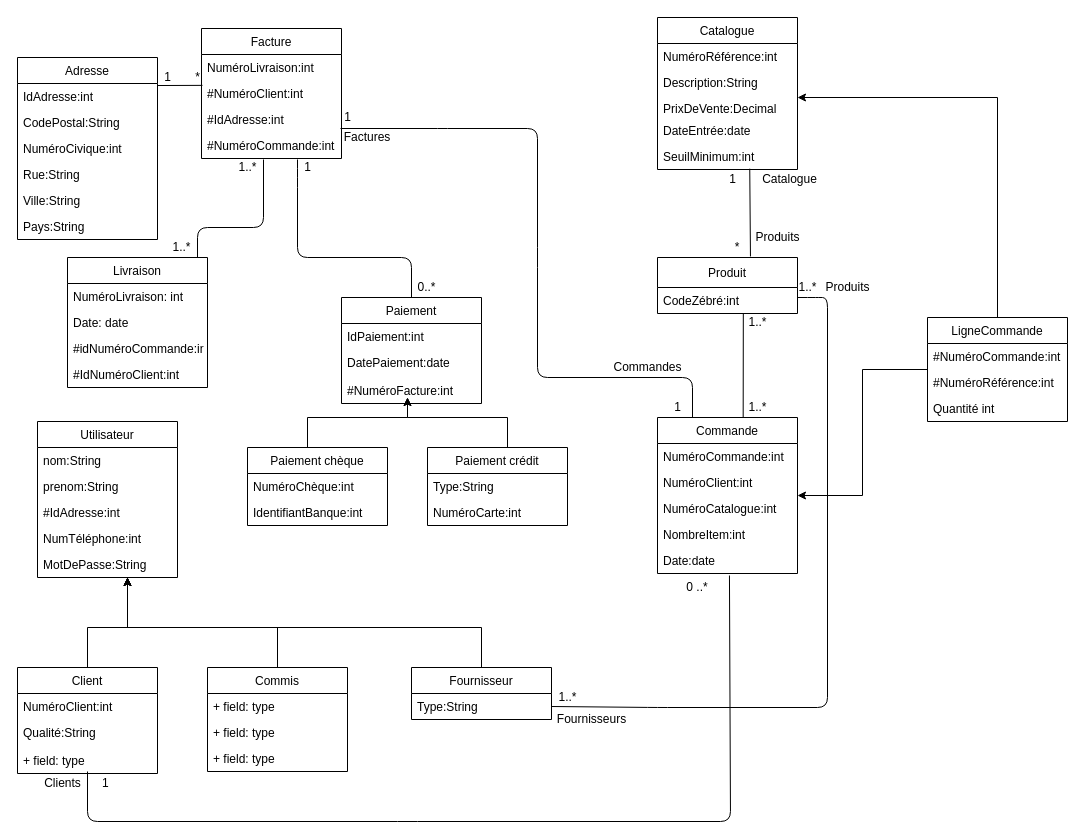
The draw.io diagram Untitled Diagram.drawio in anaisyaici/tpINF3080, before the edit. Source tidied: cells renumbered, new cells numbered last; positions are measured from the earlier drawing's top-left corner, leaving out a move shared by most shapes. Both pictures are drawn from the tidied source at 100%, with x=0, y=0 at pixel (17, 17).
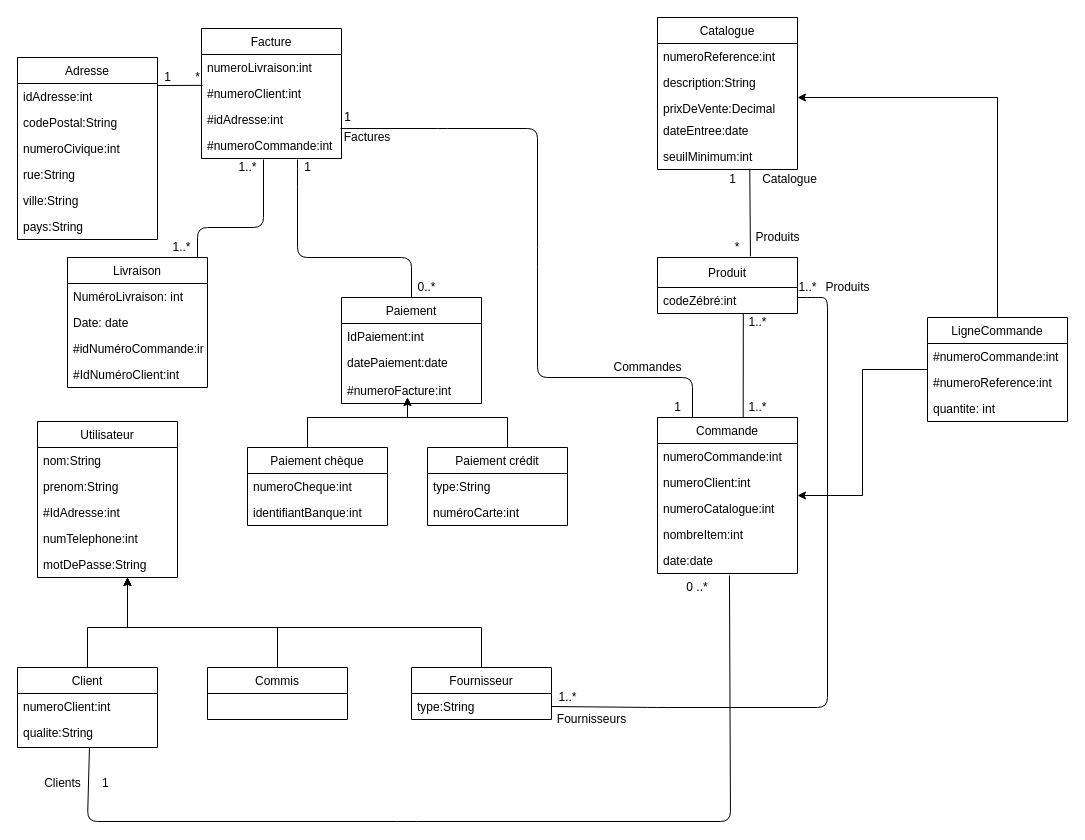
The same page after the edit.

Unchanged cells that the change refers to:
```xml
<mxCell id="9" value="Commande" style="swimlane;fontStyle=0;horizontal=1;startSize=26;fillColor=none;" parent="1" vertex="1">
  <mxGeometry x="640" y="400" width="140" height="156" as="geometry" />
</mxCell>
<mxCell id="15" value="Paiement" style="swimlane;fontStyle=0;horizontal=1;startSize=26;fillColor=none;" parent="1" vertex="1">
  <mxGeometry x="324" y="280" width="140" height="106" as="geometry" />
</mxCell>
<mxCell id="20" value="Paiement crédit" style="swimlane;fontStyle=0;horizontal=1;startSize=26;fillColor=none;" parent="1" vertex="1">
  <mxGeometry x="410" y="430" width="140" height="78" as="geometry" />
</mxCell>
<mxCell id="24" value="Paiement chèque" style="swimlane;fontStyle=0;horizontal=1;startSize=26;fillColor=none;" parent="1" vertex="1">
  <mxGeometry x="230" y="430" width="140" height="78" as="geometry" />
</mxCell>
<mxCell id="27" value="Produit" style="swimlane;fontStyle=0;horizontal=1;startSize=30;fillColor=none;" parent="1" vertex="1">
  <mxGeometry x="640" y="240" width="140" height="56" as="geometry" />
</mxCell>
<mxCell id="34" value="Fournisseur" style="swimlane;fontStyle=0;horizontal=1;startSize=26;fillColor=none;" parent="1" vertex="1">
  <mxGeometry x="394" y="650" width="140" height="52" as="geometry" />
</mxCell>
<mxCell id="41" value="Catalogue" style="swimlane;fontStyle=0;horizontal=1;startSize=26;fillColor=none;" parent="1" vertex="1">
  <mxGeometry x="640" width="140" height="152" as="geometry" />
</mxCell>
<mxCell id="47" value="Utilisateur" style="swimlane;fontStyle=0;horizontal=1;startSize=26;fillColor=none;" parent="1" vertex="1">
  <mxGeometry x="20" y="404" width="140" height="156" as="geometry" />
</mxCell>
<mxCell id="54" value="Facture" style="swimlane;fontStyle=0;horizontal=1;startSize=26;fillColor=none;" parent="1" vertex="1">
  <mxGeometry x="184" y="11" width="140" height="130" as="geometry" />
</mxCell>
<mxCell id="64" value="Adresse" style="swimlane;fontStyle=0;horizontal=1;startSize=26;fillColor=none;" parent="1" vertex="1">
  <mxGeometry y="40" width="140" height="182" as="geometry" />
</mxCell>
<mxCell id="98" value="LigneCommande" style="swimlane;fontStyle=0;horizontal=1;startSize=26;fillColor=none;" parent="1" vertex="1">
  <mxGeometry x="910" y="300" width="140" height="104" as="geometry" />
</mxCell>
```

Change to the diagram source:
```diff
@@
     <mxCell id="3" value="Client" style="swimlane;fontStyle=0;horizontal=1;startSize=26;fillColor=none;" parent="1" vertex="1">
-      <mxGeometry y="650" width="140" height="106" as="geometry" />
+      <mxGeometry y="650" width="140" height="80" as="geometry" />
     </mxCell>
-    <mxCell id="4" value="NuméroClient:int" style="text;strokeColor=none;fillColor=none;align=left;verticalAlign=top;spacingLeft=4;spacingRight=4;overflow=hidden;" parent="3" vertex="1">
+    <mxCell id="4" value="numeroClient:int" style="text;strokeColor=none;fillColor=none;align=left;verticalAlign=top;spacingLeft=4;spacingRight=4;overflow=hidden;" parent="3" vertex="1">
       <mxGeometry y="26" width="140" height="26" as="geometry" />
     </mxCell>
-    <mxCell id="5" value="Qualité:String" style="text;strokeColor=none;fillColor=none;align=left;verticalAlign=top;spacingLeft=4;spacingRight=4;overflow=hidden;points=[[0,0.5],[1,0.5]];portConstraint=eastwest;" parent="3" vertex="1">
+    <mxCell id="5" value="qualite:String" style="text;strokeColor=none;fillColor=none;align=left;verticalAlign=top;spacingLeft=4;spacingRight=4;overflow=hidden;points=[[0,0.5],[1,0.5]];portConstraint=eastwest;" parent="3" vertex="1">
       <mxGeometry y="52" width="140" height="28" as="geometry" />
     </mxCell>
-    <mxCell id="6" value="+ field: type" style="text;strokeColor=none;fillColor=none;align=left;verticalAlign=top;spacingLeft=4;spacingRight=4;overflow=hidden;" parent="3" vertex="1">
-      <mxGeometry y="80" width="140" height="26" as="geometry" />
-    </mxCell>
@@
-    <mxCell id="10" value="NuméroCommande:int" style="text;strokeColor=none;fillColor=none;align=left;verticalAlign=top;spacingLeft=4;spacingRight=4;overflow=hidden;" parent="9" vertex="1">
+    <mxCell id="10" value="numeroCommande:int" style="text;strokeColor=none;fillColor=none;align=left;verticalAlign=top;spacingLeft=4;spacingRight=4;overflow=hidden;" parent="9" vertex="1">
       <mxGeometry y="26" width="140" height="26" as="geometry" />
     </mxCell>
-    <mxCell id="11" value="NuméroClient:int" style="text;strokeColor=none;fillColor=none;align=left;verticalAlign=top;spacingLeft=4;spacingRight=4;overflow=hidden;" parent="9" vertex="1">
+    <mxCell id="11" value="numeroClient:int" style="text;strokeColor=none;fillColor=none;align=left;verticalAlign=top;spacingLeft=4;spacingRight=4;overflow=hidden;" parent="9" vertex="1">
       <mxGeometry y="52" width="140" height="26" as="geometry" />
     </mxCell>
-    <mxCell id="12" value="NuméroCatalogue:int" style="text;strokeColor=none;fillColor=none;align=left;verticalAlign=top;spacingLeft=4;spacingRight=4;overflow=hidden;" parent="9" vertex="1">
+    <mxCell id="12" value="numeroCatalogue:int" style="text;strokeColor=none;fillColor=none;align=left;verticalAlign=top;spacingLeft=4;spacingRight=4;overflow=hidden;" parent="9" vertex="1">
       <mxGeometry y="78" width="140" height="26" as="geometry" />
     </mxCell>
-    <mxCell id="13" value="NombreItem:int" style="text;strokeColor=none;fillColor=none;align=left;verticalAlign=top;spacingLeft=4;spacingRight=4;overflow=hidden;" parent="9" vertex="1">
+    <mxCell id="13" value="nombreItem:int" style="text;strokeColor=none;fillColor=none;align=left;verticalAlign=top;spacingLeft=4;spacingRight=4;overflow=hidden;" parent="9" vertex="1">
       <mxGeometry y="104" width="140" height="26" as="geometry" />
     </mxCell>
-    <mxCell id="14" value="Date:date" style="text;strokeColor=none;fillColor=none;align=left;verticalAlign=top;spacingLeft=4;spacingRight=4;overflow=hidden;points=[[0,0.5],[1,0.5]];portConstraint=eastwest;" parent="9" vertex="1">
+    <mxCell id="14" value="date:date" style="text;strokeColor=none;fillColor=none;align=left;verticalAlign=top;spacingLeft=4;spacingRight=4;overflow=hidden;points=[[0,0.5],[1,0.5]];portConstraint=eastwest;" parent="9" vertex="1">
       <mxGeometry y="130" width="140" height="26" as="geometry" />
     </mxCell>
@@
-    <mxCell id="17" value="DatePaiement:date" style="text;strokeColor=none;fillColor=none;align=left;verticalAlign=top;spacingLeft=4;spacingRight=4;overflow=hidden;" parent="15" vertex="1">
+    <mxCell id="17" value="datePaiement:date" style="text;strokeColor=none;fillColor=none;align=left;verticalAlign=top;spacingLeft=4;spacingRight=4;overflow=hidden;" parent="15" vertex="1">
       <mxGeometry y="52" width="140" height="28" as="geometry" />
     </mxCell>
-    <mxCell id="18" value="#NuméroFacture:int" style="text;strokeColor=none;fillColor=none;align=left;verticalAlign=top;spacingLeft=4;spacingRight=4;overflow=hidden;" parent="15" vertex="1">
+    <mxCell id="18" value="#numeroFacture:int" style="text;strokeColor=none;fillColor=none;align=left;verticalAlign=top;spacingLeft=4;spacingRight=4;overflow=hidden;" parent="15" vertex="1">
       <mxGeometry y="80" width="140" height="26" as="geometry" />
     </mxCell>
@@
-    <mxCell id="21" value="Type:String" style="text;strokeColor=none;fillColor=none;align=left;verticalAlign=top;spacingLeft=4;spacingRight=4;overflow=hidden;" parent="20" vertex="1">
+    <mxCell id="21" value="type:String" style="text;strokeColor=none;fillColor=none;align=left;verticalAlign=top;spacingLeft=4;spacingRight=4;overflow=hidden;" parent="20" vertex="1">
       <mxGeometry y="26" width="140" height="26" as="geometry" />
     </mxCell>
-    <mxCell id="22" value="NuméroCarte:int" style="text;strokeColor=none;fillColor=none;align=left;verticalAlign=top;spacingLeft=4;spacingRight=4;overflow=hidden;" parent="20" vertex="1">
+    <mxCell id="22" value="numéroCarte:int" style="text;strokeColor=none;fillColor=none;align=left;verticalAlign=top;spacingLeft=4;spacingRight=4;overflow=hidden;" parent="20" vertex="1">
       <mxGeometry y="52" width="140" height="26" as="geometry" />
     </mxCell>
@@
-    <mxCell id="25" value="NuméroChèque:int" style="text;strokeColor=none;fillColor=none;align=left;verticalAlign=top;spacingLeft=4;spacingRight=4;overflow=hidden;" parent="24" vertex="1">
+    <mxCell id="25" value="numeroCheque:int" style="text;strokeColor=none;fillColor=none;align=left;verticalAlign=top;spacingLeft=4;spacingRight=4;overflow=hidden;" parent="24" vertex="1">
       <mxGeometry y="26" width="140" height="26" as="geometry" />
     </mxCell>
-    <mxCell id="26" value="IdentifiantBanque:int" style="text;strokeColor=none;fillColor=none;align=left;verticalAlign=top;spacingLeft=4;spacingRight=4;overflow=hidden;" parent="24" vertex="1">
+    <mxCell id="26" value="identifiantBanque:int" style="text;strokeColor=none;fillColor=none;align=left;verticalAlign=top;spacingLeft=4;spacingRight=4;overflow=hidden;" parent="24" vertex="1">
       <mxGeometry y="52" width="140" height="26" as="geometry" />
     </mxCell>
@@
-    <mxCell id="28" value="CodeZébré:int" style="text;strokeColor=none;fillColor=none;align=left;verticalAlign=top;spacingLeft=4;spacingRight=4;overflow=hidden;points=[[0,0.5],[1,0.5]];portConstraint=eastwest;" parent="27" vertex="1">
+    <mxCell id="28" value="codeZébré:int" style="text;strokeColor=none;fillColor=none;align=left;verticalAlign=top;spacingLeft=4;spacingRight=4;overflow=hidden;points=[[0,0.5],[1,0.5]];portConstraint=eastwest;" parent="27" vertex="1">
       <mxGeometry y="30" width="140" height="26" as="geometry" />
     </mxCell>
@@
     <mxCell id="30" value="Commis" style="swimlane;fontStyle=0;horizontal=1;startSize=26;fillColor=none;" parent="1" vertex="1">
-      <mxGeometry x="190" y="650" width="140" height="104" as="geometry" />
+      <mxGeometry x="190" y="650" width="140" height="52" as="geometry" />
     </mxCell>
-    <mxCell id="31" value="+ field: type" style="text;strokeColor=none;fillColor=none;align=left;verticalAlign=top;spacingLeft=4;spacingRight=4;overflow=hidden;" parent="30" vertex="1">
-      <mxGeometry y="26" width="140" height="26" as="geometry" />
-    </mxCell>
-    <mxCell id="32" value="+ field: type" style="text;strokeColor=none;fillColor=none;align=left;verticalAlign=top;spacingLeft=4;spacingRight=4;overflow=hidden;" parent="30" vertex="1">
-      <mxGeometry y="52" width="140" height="26" as="geometry" />
-    </mxCell>
-    <mxCell id="33" value="+ field: type" style="text;strokeColor=none;fillColor=none;align=left;verticalAlign=top;spacingLeft=4;spacingRight=4;overflow=hidden;" parent="30" vertex="1">
-      <mxGeometry y="78" width="140" height="26" as="geometry" />
-    </mxCell>
@@
-    <mxCell id="35" value="Type:String" style="text;strokeColor=none;fillColor=none;align=left;verticalAlign=top;spacingLeft=4;spacingRight=4;overflow=hidden;points=[[0,0.5],[1,0.5]];portConstraint=eastwest;" parent="34" vertex="1">
+    <mxCell id="35" value="type:String" style="text;strokeColor=none;fillColor=none;align=left;verticalAlign=top;spacingLeft=4;spacingRight=4;overflow=hidden;points=[[0,0.5],[1,0.5]];portConstraint=eastwest;" parent="34" vertex="1">
       <mxGeometry y="26" width="140" height="26" as="geometry" />
     </mxCell>
-    <mxCell id="36" style="endArrow=none;html=1;exitX=0.514;exitY=1.077;exitDx=0;exitDy=0;exitPerimeter=0;" parent="1" edge="1" source="14">
+    <mxCell id="36" style="endArrow=none;html=1;exitX=0.514;exitY=1.077;exitDx=0;exitDy=0;exitPerimeter=0;entryX=0.514;entryY=1;entryDx=0;entryDy=0;entryPerimeter=0;" parent="1" edge="1" source="14" target="5">
       <mxGeometry relative="1" as="geometry">
-        <mxPoint x="70" y="754" as="targetPoint" />
         <Array as="points">
           <mxPoint x="713" y="804" />
           <mxPoint x="390" y="804" />
           <mxPoint x="70" y="804" />
         </Array>
       </mxGeometry>
     </mxCell>
@@
-    <mxCell id="42" value="NuméroRéférence:int" style="text;strokeColor=none;fillColor=none;align=left;verticalAlign=top;spacingLeft=4;spacingRight=4;overflow=hidden;" parent="41" vertex="1">
+    <mxCell id="42" value="numeroReference:int" style="text;strokeColor=none;fillColor=none;align=left;verticalAlign=top;spacingLeft=4;spacingRight=4;overflow=hidden;" parent="41" vertex="1">
       <mxGeometry y="26" width="140" height="26" as="geometry" />
     </mxCell>
-    <mxCell id="43" value="Description:String" style="text;strokeColor=none;fillColor=none;align=left;verticalAlign=top;spacingLeft=4;spacingRight=4;overflow=hidden;" parent="41" vertex="1">
+    <mxCell id="43" value="description:String" style="text;strokeColor=none;fillColor=none;align=left;verticalAlign=top;spacingLeft=4;spacingRight=4;overflow=hidden;" parent="41" vertex="1">
       <mxGeometry y="52" width="140" height="26" as="geometry" />
     </mxCell>
-    <mxCell id="44" value="PrixDeVente:Decimal" style="text;strokeColor=none;fillColor=none;align=left;verticalAlign=top;spacingLeft=4;spacingRight=4;overflow=hidden;" parent="41" vertex="1">
+    <mxCell id="44" value="prixDeVente:Decimal" style="text;strokeColor=none;fillColor=none;align=left;verticalAlign=top;spacingLeft=4;spacingRight=4;overflow=hidden;" parent="41" vertex="1">
       <mxGeometry y="78" width="140" height="22" as="geometry" />
     </mxCell>
-    <mxCell id="45" value="DateEntrée:date" style="text;strokeColor=none;fillColor=none;align=left;verticalAlign=top;spacingLeft=4;spacingRight=4;overflow=hidden;" parent="41" vertex="1">
+    <mxCell id="45" value="dateEntree:date" style="text;strokeColor=none;fillColor=none;align=left;verticalAlign=top;spacingLeft=4;spacingRight=4;overflow=hidden;" parent="41" vertex="1">
       <mxGeometry y="100" width="140" height="26" as="geometry" />
     </mxCell>
-    <mxCell id="46" value="SeuilMinimum:int" style="text;strokeColor=none;fillColor=none;align=left;verticalAlign=top;spacingLeft=4;spacingRight=4;overflow=hidden;points=[[0,0.5],[1,0.5]];portConstraint=eastwest;" parent="41" vertex="1">
+    <mxCell id="46" value="seuilMinimum:int" style="text;strokeColor=none;fillColor=none;align=left;verticalAlign=top;spacingLeft=4;spacingRight=4;overflow=hidden;points=[[0,0.5],[1,0.5]];portConstraint=eastwest;" parent="41" vertex="1">
       <mxGeometry y="126" width="140" height="26" as="geometry" />
     </mxCell>
@@
-    <mxCell id="51" value="NumTéléphone:int" style="text;strokeColor=none;fillColor=none;align=left;verticalAlign=top;spacingLeft=4;spacingRight=4;overflow=hidden;" parent="47" vertex="1">
+    <mxCell id="51" value="numTelephone:int" style="text;strokeColor=none;fillColor=none;align=left;verticalAlign=top;spacingLeft=4;spacingRight=4;overflow=hidden;" parent="47" vertex="1">
       <mxGeometry y="104" width="140" height="26" as="geometry" />
     </mxCell>
-    <mxCell id="52" value="MotDePasse:String" style="text;strokeColor=none;fillColor=none;align=left;verticalAlign=top;spacingLeft=4;spacingRight=4;overflow=hidden;" parent="47" vertex="1">
+    <mxCell id="52" value="motDePasse:String" style="text;strokeColor=none;fillColor=none;align=left;verticalAlign=top;spacingLeft=4;spacingRight=4;overflow=hidden;" parent="47" vertex="1">
       <mxGeometry y="130" width="140" height="26" as="geometry" />
     </mxCell>
@@
-    <mxCell id="55" value="NuméroLivraison:int" style="text;strokeColor=none;fillColor=none;align=left;verticalAlign=top;spacingLeft=4;spacingRight=4;overflow=hidden;" parent="54" vertex="1">
+    <mxCell id="55" value="numeroLivraison:int" style="text;strokeColor=none;fillColor=none;align=left;verticalAlign=top;spacingLeft=4;spacingRight=4;overflow=hidden;" parent="54" vertex="1">
       <mxGeometry y="26" width="140" height="26" as="geometry" />
     </mxCell>
-    <mxCell id="56" value="#NuméroClient:int" style="text;strokeColor=none;fillColor=none;align=left;verticalAlign=top;spacingLeft=4;spacingRight=4;overflow=hidden;points=[[0,0.5],[1,0.5]];portConstraint=eastwest;" parent="54" vertex="1">
+    <mxCell id="56" value="#numeroClient:int" style="text;strokeColor=none;fillColor=none;align=left;verticalAlign=top;spacingLeft=4;spacingRight=4;overflow=hidden;points=[[0,0.5],[1,0.5]];portConstraint=eastwest;" parent="54" vertex="1">
       <mxGeometry y="52" width="140" height="26" as="geometry" />
     </mxCell>
-    <mxCell id="57" value="#IdAdresse:int" style="text;strokeColor=none;fillColor=none;align=left;verticalAlign=top;spacingLeft=4;spacingRight=4;overflow=hidden;" parent="54" vertex="1">
+    <mxCell id="57" value="#idAdresse:int" style="text;strokeColor=none;fillColor=none;align=left;verticalAlign=top;spacingLeft=4;spacingRight=4;overflow=hidden;" parent="54" vertex="1">
       <mxGeometry y="78" width="140" height="26" as="geometry" />
     </mxCell>
-    <mxCell id="58" value="#NuméroCommande:int" style="text;strokeColor=none;fillColor=none;align=left;verticalAlign=top;spacingLeft=4;spacingRight=4;overflow=hidden;" parent="54" vertex="1">
+    <mxCell id="58" value="#numeroCommande:int" style="text;strokeColor=none;fillColor=none;align=left;verticalAlign=top;spacingLeft=4;spacingRight=4;overflow=hidden;" parent="54" vertex="1">
       <mxGeometry y="104" width="140" height="26" as="geometry" />
     </mxCell>
@@
-    <mxCell id="65" value="IdAdresse:int" style="text;strokeColor=none;fillColor=none;align=left;verticalAlign=top;spacingLeft=4;spacingRight=4;overflow=hidden;" parent="64" vertex="1">
+    <mxCell id="65" value="idAdresse:int" style="text;strokeColor=none;fillColor=none;align=left;verticalAlign=top;spacingLeft=4;spacingRight=4;overflow=hidden;" parent="64" vertex="1">
       <mxGeometry y="26" width="140" height="26" as="geometry" />
     </mxCell>
-    <mxCell id="66" value="CodePostal:String" style="text;strokeColor=none;fillColor=none;align=left;verticalAlign=top;spacingLeft=4;spacingRight=4;overflow=hidden;" parent="64" vertex="1">
+    <mxCell id="66" value="codePostal:String" style="text;strokeColor=none;fillColor=none;align=left;verticalAlign=top;spacingLeft=4;spacingRight=4;overflow=hidden;" parent="64" vertex="1">
       <mxGeometry y="52" width="140" height="26" as="geometry" />
     </mxCell>
-    <mxCell id="67" value="NuméroCivique:int" style="text;strokeColor=none;fillColor=none;align=left;verticalAlign=top;spacingLeft=4;spacingRight=4;overflow=hidden;" parent="64" vertex="1">
+    <mxCell id="67" value="numeroCivique:int" style="text;strokeColor=none;fillColor=none;align=left;verticalAlign=top;spacingLeft=4;spacingRight=4;overflow=hidden;" parent="64" vertex="1">
       <mxGeometry y="78" width="140" height="26" as="geometry" />
     </mxCell>
-    <mxCell id="68" value="Rue:String" style="text;strokeColor=none;fillColor=none;align=left;verticalAlign=top;spacingLeft=4;spacingRight=4;overflow=hidden;" parent="64" vertex="1">
+    <mxCell id="68" value="rue:String" style="text;strokeColor=none;fillColor=none;align=left;verticalAlign=top;spacingLeft=4;spacingRight=4;overflow=hidden;" parent="64" vertex="1">
       <mxGeometry y="104" width="140" height="26" as="geometry" />
     </mxCell>
-    <mxCell id="69" value="Ville:String" style="text;strokeColor=none;fillColor=none;align=left;verticalAlign=top;spacingLeft=4;spacingRight=4;overflow=hidden;" parent="64" vertex="1">
+    <mxCell id="69" value="ville:String" style="text;strokeColor=none;fillColor=none;align=left;verticalAlign=top;spacingLeft=4;spacingRight=4;overflow=hidden;" parent="64" vertex="1">
       <mxGeometry y="130" width="140" height="26" as="geometry" />
     </mxCell>
-    <mxCell id="70" value="Pays:String" style="text;strokeColor=none;fillColor=none;align=left;verticalAlign=top;spacingLeft=4;spacingRight=4;overflow=hidden;" parent="64" vertex="1">
+    <mxCell id="70" value="pays:String" style="text;strokeColor=none;fillColor=none;align=left;verticalAlign=top;spacingLeft=4;spacingRight=4;overflow=hidden;" parent="64" vertex="1">
       <mxGeometry y="156" width="140" height="26" as="geometry" />
     </mxCell>
@@
-    <mxCell id="99" value="#NuméroCommande:int" style="text;strokeColor=none;fillColor=none;align=left;verticalAlign=top;spacingLeft=4;spacingRight=4;overflow=hidden;" parent="98" vertex="1">
+    <mxCell id="99" value="#numeroCommande:int" style="text;strokeColor=none;fillColor=none;align=left;verticalAlign=top;spacingLeft=4;spacingRight=4;overflow=hidden;" parent="98" vertex="1">
       <mxGeometry y="26" width="140" height="26" as="geometry" />
     </mxCell>
-    <mxCell id="100" value="#NuméroRéférence:int" style="text;strokeColor=none;fillColor=none;align=left;verticalAlign=top;spacingLeft=4;spacingRight=4;overflow=hidden;" parent="98" vertex="1">
+    <mxCell id="100" value="#numeroReference:int" style="text;strokeColor=none;fillColor=none;align=left;verticalAlign=top;spacingLeft=4;spacingRight=4;overflow=hidden;" parent="98" vertex="1">
       <mxGeometry y="52" width="140" height="26" as="geometry" />
     </mxCell>
-    <mxCell id="101" value="Quantité int" style="text;strokeColor=none;fillColor=none;align=left;verticalAlign=top;spacingLeft=4;spacingRight=4;overflow=hidden;" parent="98" vertex="1">
+    <mxCell id="101" value="quantite: int" style="text;strokeColor=none;fillColor=none;align=left;verticalAlign=top;spacingLeft=4;spacingRight=4;overflow=hidden;" parent="98" vertex="1">
       <mxGeometry y="78" width="140" height="26" as="geometry" />
     </mxCell>
```
